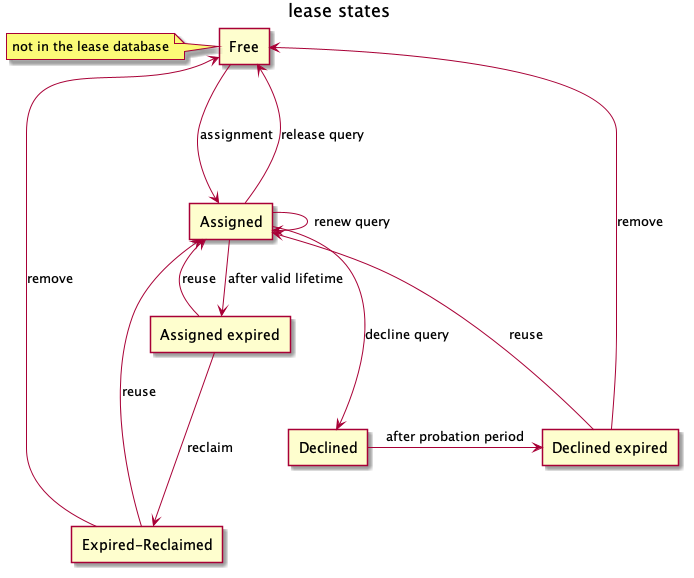
This is doc/devel/images/lease-states.png from isc-projects/kea, a PlantUML export, as it was before one commit. Its diagram source:
```plantuml
@startuml

title lease states

agent "Free" as free
note left : not in the lease database

agent "Assigned" as assigned

agent "Assigned expired" as assigned_expired

agent "Declined" as declined

agent "Declined expired" as declined_expired

agent "Expired-Reclaimed" as reclaimed

free ---> assigned : assignment

assigned -> assigned_expired : after valid lifetime
assigned -> assigned : renew query
assigned ---> declined : decline query
assigned -up-> free : release query

declined -> declined_expired : after probation period

assigned_expired -up-> assigned : reuse
declined_expired -up-> assigned : reuse

assigned_expired ---> reclaimed : reclaim
declined_expired ---> free : remove

reclaimed -up-> assigned : reuse
reclaimed -up--> free : remove

declined_expired -[hidden]-> reclaimed

@enduml
```
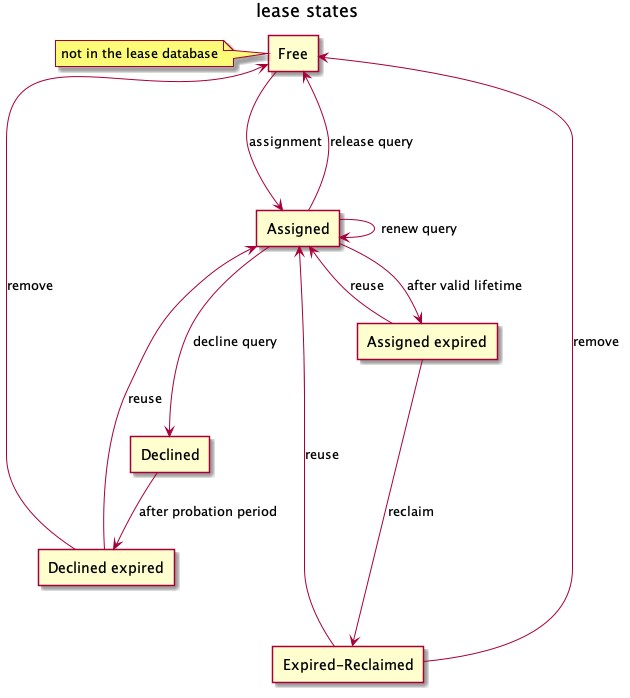
Later version of the same file.

Commit message:
[#1329] Moved declined expired

What changed in the source:
```diff
@@ -22,7 +22,7 @@
 assigned ---> declined : decline query
 assigned -up-> free : release query
 
-declined -> declined_expired : after probation period
+declined --> declined_expired : after probation period
 
 assigned_expired -up-> assigned : reuse
 declined_expired -up-> assigned : reuse
```
